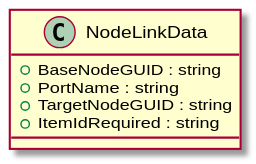
Before: UML/Dialogue/RunTime/NodeLinkData.svg, a diagram exported from PlantUML (robinsuurs/Mallow_Mysterie).
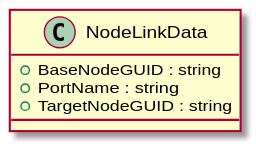
After the change.

Change to the diagram source:
```diff
@@ -3,6 +3,5 @@
     + BaseNodeGUID : string
     + PortName : string
     + TargetNodeGUID : string
-    + ItemIdRequired : string
 }
 @enduml
```
